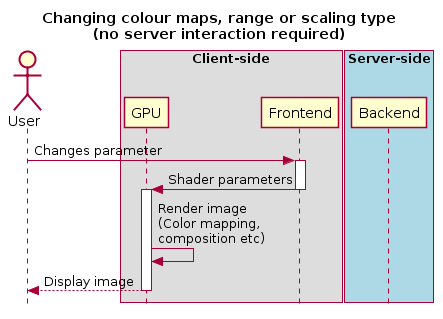
This is docs/images/image2.png from CARTAvis/carta-protobuf, a PlantUML export, as it was before one commit. The source it was exported from:
```plantuml
@startuml
skinparam style strictuml
hide footbox
title Changing colour maps, range or scaling type\n(no server interaction required)

actor User
box "Client-side"
        participant "GPU"
        participant Frontend
end box

box "Server-side" #lightblue
	participant Backend
end box

User -> Frontend : Changes parameter
activate Frontend
Frontend -> GPU : Shader parameters
deactivate Frontend
activate GPU
GPU -> GPU : Render image\n(Color mapping,\ncomposition etc)
User <-- GPU : Display image
deactivate GPU
@enduml
```
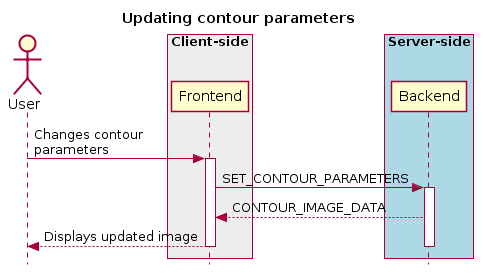
After the change.

Change to the diagram source:
```diff
@@ -1,24 +1,22 @@
 @startuml
 skinparam style strictuml
 hide footbox
-title Changing colour maps, range or scaling type\n(no server interaction required)
+title Updating contour parameters
 
 actor User
-box "Client-side"
-        participant "GPU"
+box "Client-side" #EDEDED
         participant Frontend
 end box
 
 box "Server-side" #lightblue
 	participant Backend
 end box
-
-User -> Frontend : Changes parameter
+User -> Frontend: Changes contour\nparameters
 activate Frontend
-Frontend -> GPU : Shader parameters
+Frontend -> Backend : SET_CONTOUR_PARAMETERS
+activate Backend
+Frontend <-- Backend : CONTOUR_IMAGE_DATA
+User <-- Frontend: Displays updated image
+deactivate Backend
 deactivate Frontend
-activate GPU
-GPU -> GPU : Render image\n(Color mapping,\ncomposition etc)
-User <-- GPU : Display image
-deactivate GPU
 @enduml
```
